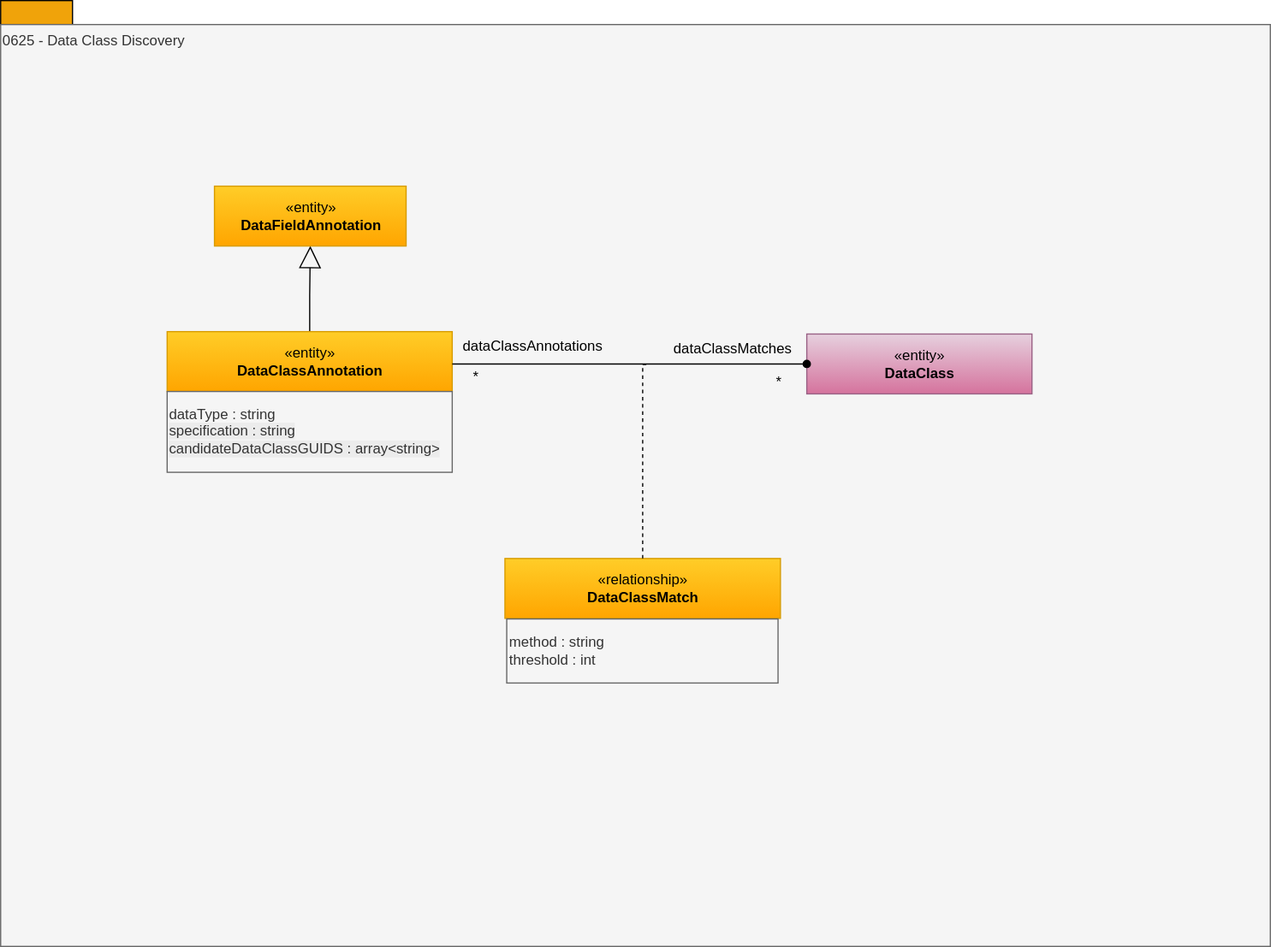
Above: site/docs/types/6/0625-Data-Class-Discovery.svg in odpi/egeria-docs (draw.io), before the change. Source tidied: cells renumbered, new cells last; positions are measured from the earlier drawing's top-left corner, leaving out a move shared by most shapes. Source of this version:
```xml
<mxGraphModel>
  <root>
    <mxCell id="0" />
    <mxCell id="1" parent="0" />
    <mxCell id="2" style="rounded=0;whiteSpace=wrap;html=1;align=left;fillColor=#f0a30a;strokeColor=#000000;fontColor=#ffffff;" parent="1" vertex="1">
      <mxGeometry width="60" height="20" as="geometry" />
    </mxCell>
    <mxCell id="3" value="0625 - Data Class Discovery" style="rounded=0;whiteSpace=wrap;html=1;align=left;verticalAlign=top;fillColor=#f5f5f5;fontColor=#333333;strokeColor=#666666;" parent="1" vertex="1">
      <mxGeometry y="20" width="1060" height="770" as="geometry" />
    </mxCell>
    <mxCell id="4" style="edgeStyle=orthogonalEdgeStyle;rounded=0;jettySize=auto;html=1;exitX=0.5;exitY=0;exitDx=0;exitDy=0;endArrow=block;endFill=0;endSize=16;" parent="1" edge="1" source="5" target="7">
      <mxGeometry relative="1" as="geometry" />
    </mxCell>
    <mxCell id="5" value="«entity»&lt;br&gt;&lt;b&gt;DataClassAnnotation&lt;/b&gt;" style="html=1;strokeColor=#d79b00;align=center;fillColor=#ffcd28;gradientColor=#ffa500;" parent="1" vertex="1">
      <mxGeometry x="139" y="276.5" width="238" height="50" as="geometry" />
    </mxCell>
    <mxCell id="6" value="&lt;span style=&quot;color: rgb(51, 51, 51); font-family: Helvetica; font-size: 12px; font-style: normal; font-variant-ligatures: normal; font-variant-caps: normal; font-weight: 400; letter-spacing: normal; orphans: 2; text-align: left; text-indent: 0px; text-transform: none; widows: 2; word-spacing: 0px; -webkit-text-stroke-width: 0px; white-space: normal; background-color: rgb(236, 236, 236); text-decoration-thickness: initial; text-decoration-style: initial; text-decoration-color: initial; display: inline !important; float: none;&quot;&gt;&lt;div&gt;dataType : string&lt;/div&gt;specification : string&lt;/span&gt;&lt;div&gt;&lt;span style=&quot;color: rgb(51, 51, 51); font-family: Helvetica; font-size: 12px; font-style: normal; font-variant-ligatures: normal; font-variant-caps: normal; font-weight: 400; letter-spacing: normal; orphans: 2; text-align: left; text-indent: 0px; text-transform: none; widows: 2; word-spacing: 0px; -webkit-text-stroke-width: 0px; white-space: normal; background-color: rgb(236, 236, 236); text-decoration-thickness: initial; text-decoration-style: initial; text-decoration-color: initial; display: inline !important; float: none;&quot;&gt;candidateDataClassGUIDS : array&amp;lt;string&amp;gt;&lt;/span&gt;&lt;/div&gt;" style="rounded=0;whiteSpace=wrap;html=1;strokeColor=#666666;align=left;fillColor=#f5f5f5;fontColor=#333333;" parent="1" vertex="1">
      <mxGeometry x="139" y="326.5" width="238" height="67.5" as="geometry" />
    </mxCell>
    <mxCell id="7" value="«entity»&lt;br&gt;&lt;b&gt;DataFieldAnnotation&lt;/b&gt;" style="html=1;strokeColor=#d79b00;align=center;fillColor=#ffcd28;gradientColor=#ffa500;" parent="1" vertex="1">
      <mxGeometry x="178.5" y="155" width="160" height="50" as="geometry" />
    </mxCell>
    <mxCell id="8" value="«entity»&lt;br&gt;&lt;b&gt;DataClass&lt;/b&gt;" style="html=1;strokeColor=#996185;align=center;fillColor=#e6d0de;gradientColor=#d5739d;" parent="1" vertex="1">
      <mxGeometry x="673" y="278.5" width="188" height="50" as="geometry" />
    </mxCell>
    <mxCell id="9" value="*" style="text;html=1;strokeColor=none;fillColor=none;align=center;verticalAlign=middle;whiteSpace=wrap;rounded=0;" parent="1" vertex="1">
      <mxGeometry x="377" y="305" width="40" height="20" as="geometry" />
    </mxCell>
    <mxCell id="10" value="*" style="text;html=1;strokeColor=none;fillColor=none;align=center;verticalAlign=middle;whiteSpace=wrap;rounded=0;" parent="1" vertex="1">
      <mxGeometry x="630" y="308.5" width="40" height="20" as="geometry" />
    </mxCell>
    <mxCell id="11" value="dataClassAnnotations" style="text;html=1;strokeColor=none;fillColor=none;align=center;verticalAlign=middle;whiteSpace=wrap;rounded=0;" parent="1" vertex="1">
      <mxGeometry x="377.5" y="278.5" width="132.5" height="20" as="geometry" />
    </mxCell>
    <mxCell id="12" value="dataClassMatches" style="text;html=1;strokeColor=none;fillColor=none;align=center;verticalAlign=middle;whiteSpace=wrap;rounded=0;" parent="1" vertex="1">
      <mxGeometry x="550" y="281" width="123" height="20" as="geometry" />
    </mxCell>
    <mxCell id="13" value="«relationship»&lt;br&gt;&lt;b&gt;DataClassMatch&lt;/b&gt;" style="html=1;strokeColor=#d79b00;align=center;fillColor=#ffcd28;gradientColor=#ffa500;" parent="1" vertex="1">
      <mxGeometry x="421" y="466" width="230" height="50" as="geometry" />
    </mxCell>
    <mxCell id="14" value="&lt;span&gt;method : string&lt;/span&gt;&lt;br&gt;&lt;span&gt;threshold : int&lt;/span&gt;" style="rounded=0;whiteSpace=wrap;html=1;strokeColor=#666666;align=left;fillColor=#f5f5f5;fontColor=#333333;" parent="1" vertex="1">
      <mxGeometry x="422.5" y="516.5" width="226.5" height="53.5" as="geometry" />
    </mxCell>
    <mxCell id="15" style="endArrow=none;dashed=1;html=1;exitX=0.5;exitY=0;exitDx=0;exitDy=0;rounded=0;edgeStyle=orthogonalEdgeStyle;" parent="1" edge="1" source="13">
      <mxGeometry relative="1" as="geometry">
        <mxPoint x="539" y="304" as="targetPoint" />
        <Array as="points">
          <mxPoint x="536" y="304" />
        </Array>
      </mxGeometry>
    </mxCell>
    <mxCell id="16" style="edgeStyle=orthogonalEdgeStyle;rounded=0;jettySize=auto;html=1;entryX=0;entryY=0.5;entryDx=0;entryDy=0;endArrow=oval;endFill=1;" parent="1" edge="1" target="8">
      <mxGeometry relative="1" as="geometry">
        <mxPoint x="377" y="303.5" as="sourcePoint" />
        <Array as="points">
          <mxPoint x="668" y="304" />
        </Array>
      </mxGeometry>
    </mxCell>
  </root>
</mxGraphModel>
```
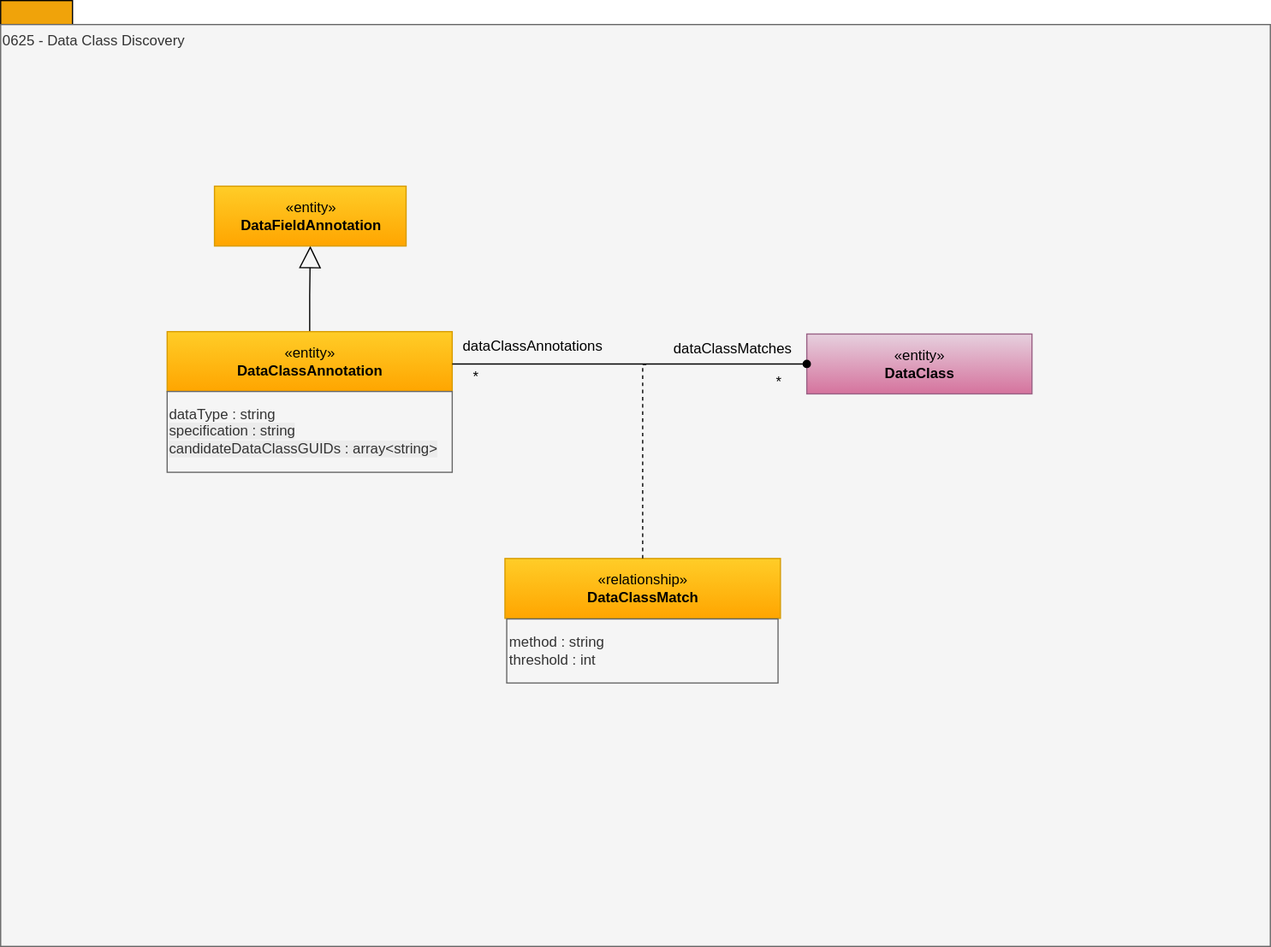
After the commit.

The edit, as a diff of the source:
```diff
@@ -14,7 +14,7 @@
     <mxCell id="5" value="«entity»&lt;br&gt;&lt;b&gt;DataClassAnnotation&lt;/b&gt;" style="html=1;strokeColor=#d79b00;align=center;fillColor=#ffcd28;gradientColor=#ffa500;" parent="1" vertex="1">
       <mxGeometry x="139" y="276.5" width="238" height="50" as="geometry" />
     </mxCell>
-    <mxCell id="6" value="&lt;span style=&quot;color: rgb(51, 51, 51); font-family: Helvetica; font-size: 12px; font-style: normal; font-variant-ligatures: normal; font-variant-caps: normal; font-weight: 400; letter-spacing: normal; orphans: 2; text-align: left; text-indent: 0px; text-transform: none; widows: 2; word-spacing: 0px; -webkit-text-stroke-width: 0px; white-space: normal; background-color: rgb(236, 236, 236); text-decoration-thickness: initial; text-decoration-style: initial; text-decoration-color: initial; display: inline !important; float: none;&quot;&gt;&lt;div&gt;dataType : string&lt;/div&gt;specification : string&lt;/span&gt;&lt;div&gt;&lt;span style=&quot;color: rgb(51, 51, 51); font-family: Helvetica; font-size: 12px; font-style: normal; font-variant-ligatures: normal; font-variant-caps: normal; font-weight: 400; letter-spacing: normal; orphans: 2; text-align: left; text-indent: 0px; text-transform: none; widows: 2; word-spacing: 0px; -webkit-text-stroke-width: 0px; white-space: normal; background-color: rgb(236, 236, 236); text-decoration-thickness: initial; text-decoration-style: initial; text-decoration-color: initial; display: inline !important; float: none;&quot;&gt;candidateDataClassGUIDS : array&amp;lt;string&amp;gt;&lt;/span&gt;&lt;/div&gt;" style="rounded=0;whiteSpace=wrap;html=1;strokeColor=#666666;align=left;fillColor=#f5f5f5;fontColor=#333333;" parent="1" vertex="1">
+    <mxCell id="6" value="&lt;span style=&quot;color: rgb(51, 51, 51); font-family: Helvetica; font-size: 12px; font-style: normal; font-variant-ligatures: normal; font-variant-caps: normal; font-weight: 400; letter-spacing: normal; orphans: 2; text-align: left; text-indent: 0px; text-transform: none; widows: 2; word-spacing: 0px; -webkit-text-stroke-width: 0px; white-space: normal; background-color: rgb(236, 236, 236); text-decoration-thickness: initial; text-decoration-style: initial; text-decoration-color: initial; display: inline !important; float: none;&quot;&gt;&lt;div&gt;dataType : string&lt;/div&gt;specification : string&lt;/span&gt;&lt;div&gt;&lt;span style=&quot;color: rgb(51, 51, 51); font-family: Helvetica; font-size: 12px; font-style: normal; font-variant-ligatures: normal; font-variant-caps: normal; font-weight: 400; letter-spacing: normal; orphans: 2; text-align: left; text-indent: 0px; text-transform: none; widows: 2; word-spacing: 0px; -webkit-text-stroke-width: 0px; white-space: normal; background-color: rgb(236, 236, 236); text-decoration-thickness: initial; text-decoration-style: initial; text-decoration-color: initial; display: inline !important; float: none;&quot;&gt;candidateDataClassGUIDs : array&amp;lt;string&amp;gt;&lt;/span&gt;&lt;/div&gt;" style="rounded=0;whiteSpace=wrap;html=1;strokeColor=#666666;align=left;fillColor=#f5f5f5;fontColor=#333333;" parent="1" vertex="1">
       <mxGeometry x="139" y="326.5" width="238" height="67.5" as="geometry" />
     </mxCell>
     <mxCell id="7" value="«entity»&lt;br&gt;&lt;b&gt;DataFieldAnnotation&lt;/b&gt;" style="html=1;strokeColor=#d79b00;align=center;fillColor=#ffcd28;gradientColor=#ffa500;" parent="1" vertex="1">
```
